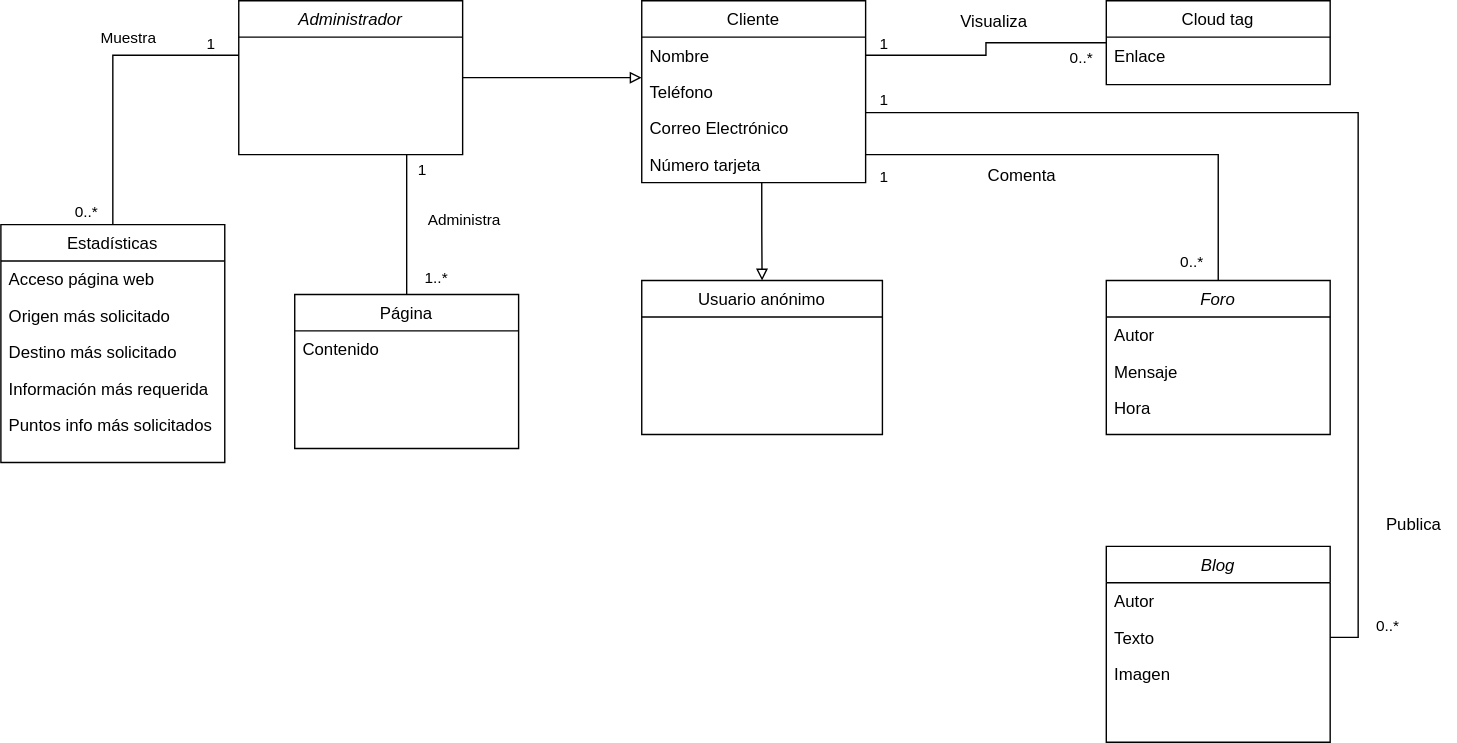
javimlopez/INRE-UAL-Azul-2022 keeps this draw.io diagram as Proyecto/svgs/DiagramaPortal.drawio (1).svg. Above is the earlier version. Source tidied: cells renumbered, new cells last; positions are measured from the earlier drawing's top-left corner, leaving out a move shared by most shapes. Its diagram source:
```xml
<mxGraphModel>
  <root>
    <mxCell id="0" />
    <mxCell id="1" parent="0" />
    <mxCell id="2" style="edgeStyle=orthogonalEdgeStyle;rounded=0;jettySize=auto;html=1;exitX=0.75;exitY=1;exitDx=0;exitDy=0;entryX=0.5;entryY=0;entryDx=0;entryDy=0;endArrow=none;endFill=0;" parent="1" edge="1" source="6" target="7">
      <mxGeometry relative="1" as="geometry" />
    </mxCell>
    <mxCell id="3" value="1" style="edgeLabel;html=1;align=center;verticalAlign=middle;" parent="2" vertex="1">
      <mxGeometry x="-0.7" y="3" relative="1" as="geometry">
        <mxPoint x="7" y="-5" as="offset" />
      </mxGeometry>
    </mxCell>
    <mxCell id="4" value="1..*" style="edgeLabel;html=1;align=center;verticalAlign=middle;" parent="2" vertex="1">
      <mxGeometry x="0.74" y="-1" relative="1" as="geometry">
        <mxPoint x="21" as="offset" />
      </mxGeometry>
    </mxCell>
    <mxCell id="5" style="edgeStyle=orthogonalEdgeStyle;rounded=0;jettySize=auto;html=1;exitX=1;exitY=0.5;exitDx=0;exitDy=0;endArrow=block;endFill=0;" parent="1" edge="1" source="6" target="15">
      <mxGeometry relative="1" as="geometry">
        <Array as="points">
          <mxPoint x="420" y="55" />
          <mxPoint x="420" y="55" />
        </Array>
      </mxGeometry>
    </mxCell>
    <mxCell id="6" value="Administrador" style="swimlane;fontStyle=2;align=center;verticalAlign=top;horizontal=1;startSize=26;rounded=0;shadow=0;strokeWidth=1;" parent="1" vertex="1">
      <mxGeometry x="170" width="160" height="110" as="geometry" />
    </mxCell>
    <mxCell id="7" value="Página" style="swimlane;fontStyle=0;align=center;verticalAlign=top;horizontal=1;startSize=26;rounded=0;shadow=0;strokeWidth=1;" parent="1" vertex="1">
      <mxGeometry x="210" y="210" width="160" height="110" as="geometry" />
    </mxCell>
    <mxCell id="8" value="Contenido" style="text;align=left;verticalAlign=top;spacingLeft=4;spacingRight=4;overflow=hidden;" parent="7" vertex="1">
      <mxGeometry y="26" width="160" height="26" as="geometry" />
    </mxCell>
    <mxCell id="9" value="Estadísticas" style="swimlane;fontStyle=0;align=center;verticalAlign=top;horizontal=1;startSize=26;rounded=0;shadow=0;strokeWidth=1;" parent="1" vertex="1">
      <mxGeometry y="160" width="160" height="170" as="geometry" />
    </mxCell>
    <mxCell id="10" value="Acceso página web" style="text;align=left;verticalAlign=top;spacingLeft=4;spacingRight=4;overflow=hidden;" parent="9" vertex="1">
      <mxGeometry y="26" width="160" height="26" as="geometry" />
    </mxCell>
    <mxCell id="11" value="Origen más solicitado" style="text;align=left;verticalAlign=top;spacingLeft=4;spacingRight=4;overflow=hidden;" parent="9" vertex="1">
      <mxGeometry y="52" width="160" height="26" as="geometry" />
    </mxCell>
    <mxCell id="12" value="Destino más solicitado" style="text;align=left;verticalAlign=top;spacingLeft=4;spacingRight=4;overflow=hidden;" parent="9" vertex="1">
      <mxGeometry y="78" width="160" height="26" as="geometry" />
    </mxCell>
    <mxCell id="13" value="Información más requerida" style="text;align=left;verticalAlign=top;spacingLeft=4;spacingRight=4;overflow=hidden;" parent="9" vertex="1">
      <mxGeometry y="104" width="160" height="26" as="geometry" />
    </mxCell>
    <mxCell id="14" value="Puntos info más solicitados" style="text;align=left;verticalAlign=top;spacingLeft=4;spacingRight=4;overflow=hidden;" parent="9" vertex="1">
      <mxGeometry y="130" width="160" height="26" as="geometry" />
    </mxCell>
    <mxCell id="15" value="Cliente" style="swimlane;fontStyle=0;align=center;verticalAlign=top;horizontal=1;startSize=26;rounded=0;shadow=0;strokeWidth=1;" parent="1" vertex="1">
      <mxGeometry x="458" width="160" height="130" as="geometry" />
    </mxCell>
    <mxCell id="16" value="Nombre" style="text;align=left;verticalAlign=top;spacingLeft=4;spacingRight=4;overflow=hidden;points=[[0,0.5],[1,0.5]];portConstraint=eastwest;" parent="15" vertex="1">
      <mxGeometry y="26" width="160" height="26" as="geometry" />
    </mxCell>
    <mxCell id="17" value="Teléfono" style="text;align=left;verticalAlign=top;spacingLeft=4;spacingRight=4;overflow=hidden;rounded=0;shadow=0;html=0;" parent="15" vertex="1">
      <mxGeometry y="52" width="160" height="26" as="geometry" />
    </mxCell>
    <mxCell id="18" value="Correo Electrónico" style="text;align=left;verticalAlign=top;spacingLeft=4;spacingRight=4;overflow=hidden;rounded=0;shadow=0;html=0;" parent="15" vertex="1">
      <mxGeometry y="78" width="160" height="26" as="geometry" />
    </mxCell>
    <mxCell id="19" value="Número tarjeta" style="text;align=left;verticalAlign=top;spacingLeft=4;spacingRight=4;overflow=hidden;points=[[0,0.5],[1,0.5]];portConstraint=eastwest;rounded=0;shadow=0;html=0;" parent="15" vertex="1">
      <mxGeometry y="104" width="160" height="26" as="geometry" />
    </mxCell>
    <mxCell id="20" value="Blog" style="swimlane;fontStyle=2;align=center;verticalAlign=top;horizontal=1;startSize=26;rounded=0;shadow=0;strokeWidth=1;" parent="1" vertex="1">
      <mxGeometry x="790" y="390" width="160" height="140" as="geometry" />
    </mxCell>
    <mxCell id="21" value="Autor" style="text;align=left;verticalAlign=top;spacingLeft=4;spacingRight=4;overflow=hidden;" parent="20" vertex="1">
      <mxGeometry y="26" width="160" height="26" as="geometry" />
    </mxCell>
    <mxCell id="22" value="Texto" style="text;align=left;verticalAlign=top;spacingLeft=4;spacingRight=4;overflow=hidden;points=[[0,0.5],[1,0.5]];portConstraint=eastwest;rounded=0;shadow=0;html=0;" parent="20" vertex="1">
      <mxGeometry y="52" width="160" height="26" as="geometry" />
    </mxCell>
    <mxCell id="23" value="Imagen" style="text;align=left;verticalAlign=top;spacingLeft=4;spacingRight=4;overflow=hidden;rounded=0;shadow=0;html=0;" parent="20" vertex="1">
      <mxGeometry y="78" width="160" height="26" as="geometry" />
    </mxCell>
    <mxCell id="24" value="Foro" style="swimlane;fontStyle=2;align=center;verticalAlign=top;horizontal=1;startSize=26;rounded=0;shadow=0;strokeWidth=1;" parent="1" vertex="1">
      <mxGeometry x="790" y="200" width="160" height="110" as="geometry" />
    </mxCell>
    <mxCell id="25" value="Autor" style="text;align=left;verticalAlign=top;spacingLeft=4;spacingRight=4;overflow=hidden;" parent="24" vertex="1">
      <mxGeometry y="26" width="160" height="26" as="geometry" />
    </mxCell>
    <mxCell id="26" value="Mensaje" style="text;align=left;verticalAlign=top;spacingLeft=4;spacingRight=4;overflow=hidden;rounded=0;shadow=0;html=0;" parent="24" vertex="1">
      <mxGeometry y="52" width="160" height="26" as="geometry" />
    </mxCell>
    <mxCell id="27" value="Hora" style="text;align=left;verticalAlign=top;spacingLeft=4;spacingRight=4;overflow=hidden;rounded=0;shadow=0;html=0;" parent="24" vertex="1">
      <mxGeometry y="78" width="160" height="26" as="geometry" />
    </mxCell>
    <mxCell id="28" value="Cloud tag" style="swimlane;fontStyle=0;align=center;verticalAlign=top;horizontal=1;startSize=26;rounded=0;shadow=0;strokeWidth=1;" parent="1" vertex="1">
      <mxGeometry x="790" width="160" height="60" as="geometry" />
    </mxCell>
    <mxCell id="29" value="Enlace" style="text;align=left;verticalAlign=top;spacingLeft=4;spacingRight=4;overflow=hidden;" parent="28" vertex="1">
      <mxGeometry y="26" width="160" height="26" as="geometry" />
    </mxCell>
    <mxCell id="30" value="Usuario anónimo" style="swimlane;fontStyle=0;align=center;verticalAlign=top;horizontal=1;startSize=26;rounded=0;shadow=0;strokeWidth=1;" parent="1" vertex="1">
      <mxGeometry x="458" y="200" width="172" height="110" as="geometry" />
    </mxCell>
    <mxCell id="31" style="edgeStyle=orthogonalEdgeStyle;rounded=0;jettySize=auto;html=1;exitX=0.536;exitY=0.989;exitDx=0;exitDy=0;entryX=0.5;entryY=0;entryDx=0;entryDy=0;endArrow=block;endFill=0;exitPerimeter=0;" parent="1" edge="1" source="19" target="30">
      <mxGeometry relative="1" as="geometry" />
    </mxCell>
    <mxCell id="32" style="edgeStyle=orthogonalEdgeStyle;rounded=0;jettySize=auto;html=1;exitX=0;exitY=0.5;exitDx=0;exitDy=0;entryX=0.5;entryY=0;entryDx=0;entryDy=0;endArrow=none;endFill=0;" parent="1" edge="1" target="9">
      <mxGeometry relative="1" as="geometry">
        <mxPoint x="170" y="39" as="sourcePoint" />
      </mxGeometry>
    </mxCell>
    <mxCell id="33" value="Muestra" style="edgeLabel;html=1;align=center;verticalAlign=middle;" parent="32" vertex="1">
      <mxGeometry x="0.07" y="2" relative="1" as="geometry">
        <mxPoint x="8" y="-36" as="offset" />
      </mxGeometry>
    </mxCell>
    <mxCell id="34" value="1" style="edgeLabel;html=1;align=center;verticalAlign=middle;" parent="32" vertex="1">
      <mxGeometry x="-0.74" y="-5" relative="1" as="geometry">
        <mxPoint x="7" y="-4" as="offset" />
      </mxGeometry>
    </mxCell>
    <mxCell id="35" value="0..*" style="edgeLabel;html=1;align=center;verticalAlign=middle;" parent="32" vertex="1">
      <mxGeometry x="0.79" y="-3" relative="1" as="geometry">
        <mxPoint x="-17" y="12" as="offset" />
      </mxGeometry>
    </mxCell>
    <mxCell id="36" value="Administra" style="edgeLabel;html=1;align=center;verticalAlign=middle;" parent="1" vertex="1">
      <mxGeometry x="310" y="160" as="geometry">
        <mxPoint x="20" y="-4" as="offset" />
      </mxGeometry>
    </mxCell>
    <mxCell id="37" style="edgeStyle=orthogonalEdgeStyle;rounded=0;jettySize=auto;html=1;exitX=1;exitY=0.5;exitDx=0;exitDy=0;entryX=0;entryY=0.5;entryDx=0;entryDy=0;endArrow=none;endFill=0;" parent="1" edge="1" source="16" target="28">
      <mxGeometry relative="1" as="geometry" />
    </mxCell>
    <mxCell id="38" value="1" style="edgeLabel;html=1;align=center;verticalAlign=middle;" parent="37" vertex="1">
      <mxGeometry x="-0.86" y="-1" relative="1" as="geometry">
        <mxPoint x="-1" y="-10" as="offset" />
      </mxGeometry>
    </mxCell>
    <mxCell id="39" value="0..*" style="edgeLabel;html=1;align=center;verticalAlign=middle;" parent="37" vertex="1">
      <mxGeometry x="0.79" relative="1" as="geometry">
        <mxPoint y="10" as="offset" />
      </mxGeometry>
    </mxCell>
    <mxCell id="40" style="edgeStyle=orthogonalEdgeStyle;rounded=0;jettySize=auto;html=1;entryX=0.5;entryY=0;entryDx=0;entryDy=0;endArrow=none;endFill=0;" parent="1" edge="1" target="24">
      <mxGeometry relative="1" as="geometry">
        <mxPoint x="618" y="110" as="sourcePoint" />
        <Array as="points">
          <mxPoint x="618" y="110" />
          <mxPoint x="870" y="110" />
        </Array>
      </mxGeometry>
    </mxCell>
    <mxCell id="41" value="1" style="edgeLabel;html=1;align=center;verticalAlign=middle;" parent="40" vertex="1">
      <mxGeometry x="-0.84" relative="1" as="geometry">
        <mxPoint x="-16" y="15" as="offset" />
      </mxGeometry>
    </mxCell>
    <mxCell id="42" value="0..*" style="edgeLabel;html=1;align=center;verticalAlign=middle;" parent="40" vertex="1">
      <mxGeometry x="0.92" y="-1" relative="1" as="geometry">
        <mxPoint x="-19" as="offset" />
      </mxGeometry>
    </mxCell>
    <mxCell id="43" style="edgeStyle=orthogonalEdgeStyle;rounded=0;jettySize=auto;html=1;entryX=1;entryY=0.5;entryDx=0;entryDy=0;endArrow=none;endFill=0;" parent="1" edge="1" target="22">
      <mxGeometry relative="1" as="geometry">
        <mxPoint x="618" y="80" as="sourcePoint" />
        <Array as="points">
          <mxPoint x="618" y="80" />
          <mxPoint x="970" y="80" />
          <mxPoint x="970" y="455" />
        </Array>
      </mxGeometry>
    </mxCell>
    <mxCell id="44" value="1" style="edgeLabel;html=1;align=center;verticalAlign=middle;" parent="43" vertex="1">
      <mxGeometry x="-0.97" y="-2" relative="1" as="geometry">
        <mxPoint x="-1" y="-12" as="offset" />
      </mxGeometry>
    </mxCell>
    <mxCell id="45" value="0..*" style="edgeLabel;html=1;align=center;verticalAlign=middle;" parent="43" vertex="1">
      <mxGeometry x="0.92" y="3" relative="1" as="geometry">
        <mxPoint x="17" as="offset" />
      </mxGeometry>
    </mxCell>
    <mxCell id="46" value="Visualiza" style="text;html=1;strokeColor=none;fillColor=none;align=center;verticalAlign=middle;whiteSpace=wrap;rounded=0;" parent="1" vertex="1">
      <mxGeometry x="680" width="60" height="30" as="geometry" />
    </mxCell>
    <mxCell id="47" value="Comenta" style="text;html=1;strokeColor=none;fillColor=none;align=center;verticalAlign=middle;whiteSpace=wrap;rounded=0;" parent="1" vertex="1">
      <mxGeometry x="700" y="110" width="60" height="30" as="geometry" />
    </mxCell>
    <mxCell id="48" value="Publica" style="text;html=1;strokeColor=none;fillColor=none;align=center;verticalAlign=middle;whiteSpace=wrap;rounded=0;" parent="1" vertex="1">
      <mxGeometry x="980" y="360" width="60" height="30" as="geometry" />
    </mxCell>
  </root>
</mxGraphModel>
```
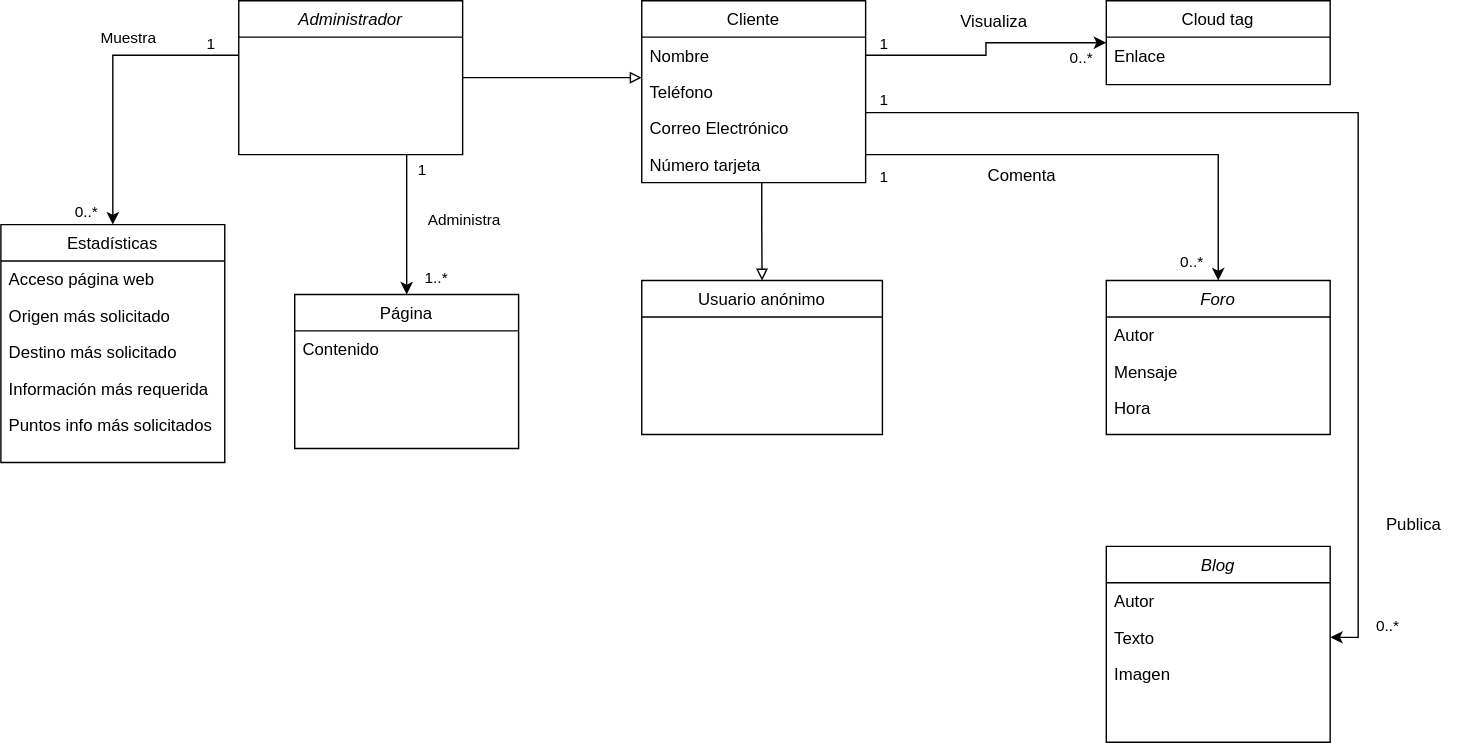
The same file after the commit.

What changed in the source:
```diff
@@ -2,7 +2,7 @@
   <root>
     <mxCell id="0" />
     <mxCell id="1" parent="0" />
-    <mxCell id="2" style="edgeStyle=orthogonalEdgeStyle;rounded=0;jettySize=auto;html=1;exitX=0.75;exitY=1;exitDx=0;exitDy=0;entryX=0.5;entryY=0;entryDx=0;entryDy=0;endArrow=none;endFill=0;" parent="1" edge="1" source="6" target="7">
+    <mxCell id="2" style="edgeStyle=orthogonalEdgeStyle;rounded=0;jettySize=auto;html=1;exitX=0.75;exitY=1;exitDx=0;exitDy=0;entryX=0.5;entryY=0;entryDx=0;entryDy=0;endArrow=classic;endFill=1;" parent="1" edge="1" source="6" target="7">
       <mxGeometry relative="1" as="geometry" />
     </mxCell>
     <mxCell id="3" value="1" style="edgeLabel;html=1;align=center;verticalAlign=middle;" parent="2" vertex="1">
@@ -101,7 +101,7 @@
     <mxCell id="31" style="edgeStyle=orthogonalEdgeStyle;rounded=0;jettySize=auto;html=1;exitX=0.536;exitY=0.989;exitDx=0;exitDy=0;entryX=0.5;entryY=0;entryDx=0;entryDy=0;endArrow=block;endFill=0;exitPerimeter=0;" parent="1" edge="1" source="19" target="30">
       <mxGeometry relative="1" as="geometry" />
     </mxCell>
-    <mxCell id="32" style="edgeStyle=orthogonalEdgeStyle;rounded=0;jettySize=auto;html=1;exitX=0;exitY=0.5;exitDx=0;exitDy=0;entryX=0.5;entryY=0;entryDx=0;entryDy=0;endArrow=none;endFill=0;" parent="1" edge="1" target="9">
+    <mxCell id="32" style="edgeStyle=orthogonalEdgeStyle;rounded=0;jettySize=auto;html=1;exitX=0;exitY=0.5;exitDx=0;exitDy=0;entryX=0.5;entryY=0;entryDx=0;entryDy=0;endArrow=classic;endFill=1;" parent="1" edge="1" target="9">
       <mxGeometry relative="1" as="geometry">
         <mxPoint x="170" y="39" as="sourcePoint" />
       </mxGeometry>
@@ -126,7 +126,7 @@
         <mxPoint x="20" y="-4" as="offset" />
       </mxGeometry>
     </mxCell>
-    <mxCell id="37" style="edgeStyle=orthogonalEdgeStyle;rounded=0;jettySize=auto;html=1;exitX=1;exitY=0.5;exitDx=0;exitDy=0;entryX=0;entryY=0.5;entryDx=0;entryDy=0;endArrow=none;endFill=0;" parent="1" edge="1" source="16" target="28">
+    <mxCell id="37" style="edgeStyle=orthogonalEdgeStyle;rounded=0;jettySize=auto;html=1;exitX=1;exitY=0.5;exitDx=0;exitDy=0;entryX=0;entryY=0.5;entryDx=0;entryDy=0;endArrow=classic;endFill=1;" parent="1" edge="1" source="16" target="28">
       <mxGeometry relative="1" as="geometry" />
     </mxCell>
     <mxCell id="38" value="1" style="edgeLabel;html=1;align=center;verticalAlign=middle;" parent="37" vertex="1">
@@ -139,7 +139,7 @@
         <mxPoint y="10" as="offset" />
       </mxGeometry>
     </mxCell>
-    <mxCell id="40" style="edgeStyle=orthogonalEdgeStyle;rounded=0;jettySize=auto;html=1;entryX=0.5;entryY=0;entryDx=0;entryDy=0;endArrow=none;endFill=0;" parent="1" edge="1" target="24">
+    <mxCell id="40" style="edgeStyle=orthogonalEdgeStyle;rounded=0;jettySize=auto;html=1;entryX=0.5;entryY=0;entryDx=0;entryDy=0;endArrow=classic;endFill=1;" parent="1" edge="1" target="24">
       <mxGeometry relative="1" as="geometry">
         <mxPoint x="618" y="110" as="sourcePoint" />
         <Array as="points">
@@ -158,7 +158,7 @@
         <mxPoint x="-19" as="offset" />
       </mxGeometry>
     </mxCell>
-    <mxCell id="43" style="edgeStyle=orthogonalEdgeStyle;rounded=0;jettySize=auto;html=1;entryX=1;entryY=0.5;entryDx=0;entryDy=0;endArrow=none;endFill=0;" parent="1" edge="1" target="22">
+    <mxCell id="43" style="edgeStyle=orthogonalEdgeStyle;rounded=0;jettySize=auto;html=1;entryX=1;entryY=0.5;entryDx=0;entryDy=0;endArrow=classic;endFill=1;" parent="1" edge="1" target="22">
       <mxGeometry relative="1" as="geometry">
         <mxPoint x="618" y="80" as="sourcePoint" />
         <Array as="points">
```
